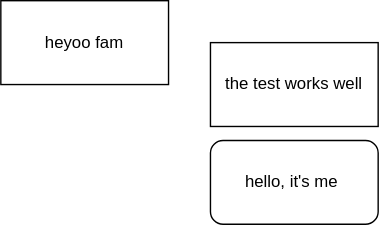
The draw.io diagram docs/diagram.svg in atharvmunot004/DiagramDocs, before a commit. Source tidied: cells renumbered, new cells last; positions are measured from the earlier drawing's top-left corner, leaving out a move shared by most shapes. Source of this version:
```xml
<mxGraphModel>
  <root>
    <mxCell id="0" />
    <mxCell id="1" parent="0" />
    <mxCell id="2" value="the test works well" style="rounded=0;whiteSpace=wrap;html=1;" parent="1" vertex="1">
      <mxGeometry x="150" y="30" width="120" height="60" as="geometry" />
    </mxCell>
    <mxCell id="3" value="hello, it's me&amp;nbsp;" style="rounded=1;whiteSpace=wrap;html=1;" parent="1" vertex="1">
      <mxGeometry x="150" y="100" width="120" height="60" as="geometry" />
    </mxCell>
    <mxCell id="4" value="heyoo fam" style="rounded=0;whiteSpace=wrap;html=1;" parent="1" vertex="1">
      <mxGeometry width="120" height="60" as="geometry" />
    </mxCell>
  </root>
</mxGraphModel>
```
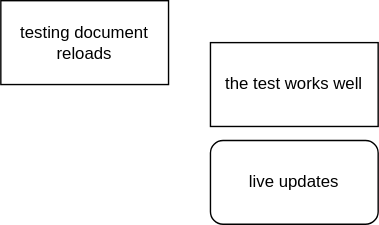
After the commit.

Diff of the diagram source:
```diff
@@ -5,10 +5,10 @@
     <mxCell id="2" value="the test works well" style="rounded=0;whiteSpace=wrap;html=1;" parent="1" vertex="1">
       <mxGeometry x="150" y="30" width="120" height="60" as="geometry" />
     </mxCell>
-    <mxCell id="3" value="hello, it's me&amp;nbsp;" style="rounded=1;whiteSpace=wrap;html=1;" parent="1" vertex="1">
+    <mxCell id="3" value="live updates" style="rounded=1;whiteSpace=wrap;html=1;" parent="1" vertex="1">
       <mxGeometry x="150" y="100" width="120" height="60" as="geometry" />
     </mxCell>
-    <mxCell id="4" value="heyoo fam" style="rounded=0;whiteSpace=wrap;html=1;" parent="1" vertex="1">
+    <mxCell id="4" value="testing document reloads" style="rounded=0;whiteSpace=wrap;html=1;" parent="1" vertex="1">
       <mxGeometry width="120" height="60" as="geometry" />
     </mxCell>
   </root>
```
